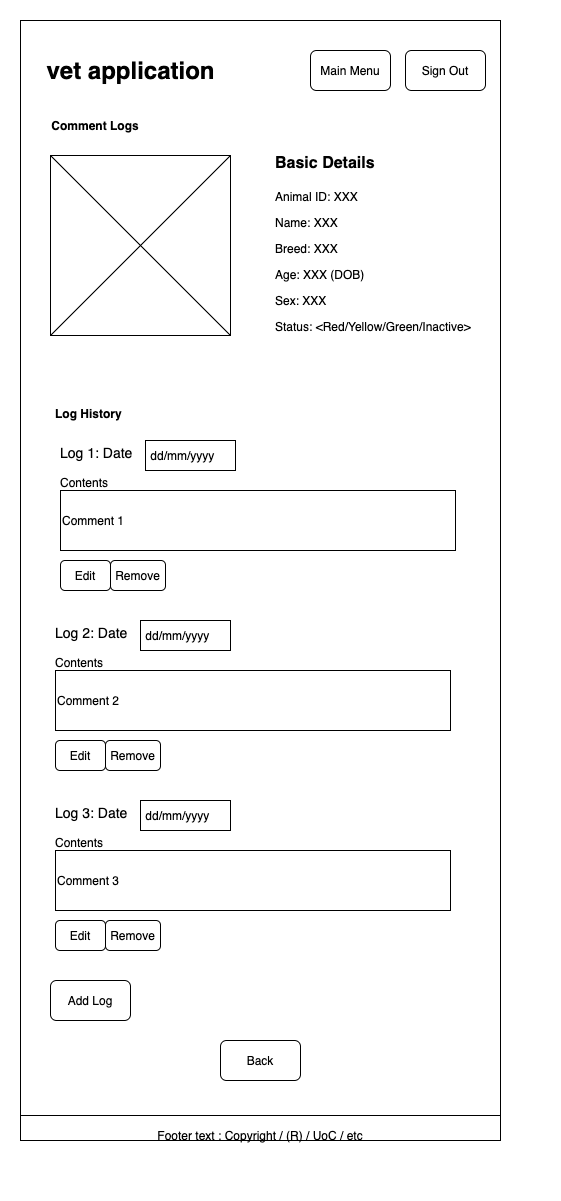
The draw.io diagram wireframing/17_CommentLogs.png in zbhavyai/veterinary-clinic, before a commit. Source tidied: cells renumbered, new cells last; positions are measured from the earlier drawing's top-left corner, leaving out a move shared by most shapes.
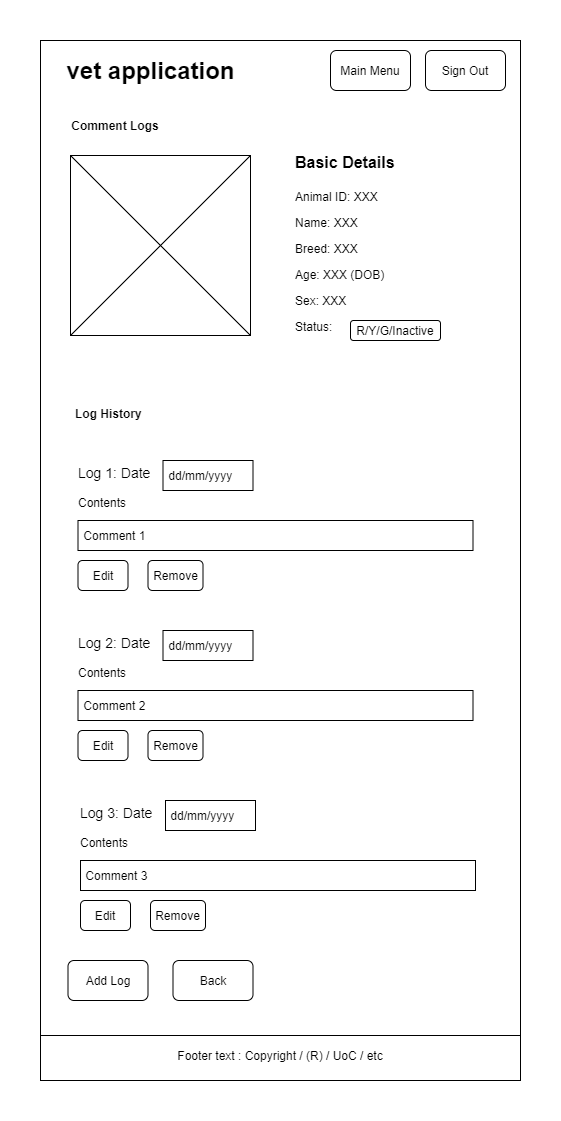
Later version of the same file.

Commit message:
docs: [U888-51, U888-52, U888-53, U888-54] adding status change button and fixing alignment

Diff of the diagram source:
```diff
@@ -3,10 +3,10 @@
     <mxCell id="0" />
     <mxCell id="1" parent="0" />
     <mxCell id="2" style="rounded=0;whiteSpace=wrap;html=1;strokeWidth=1;strokeColor=none;fillColor=none;" parent="1" vertex="1">
-      <mxGeometry width="560" height="1200" as="geometry" />
+      <mxGeometry x="-20" width="560" height="1120" as="geometry" />
     </mxCell>
     <mxCell id="3" style="rounded=0;whiteSpace=wrap;html=1;" parent="1" vertex="1">
-      <mxGeometry x="20" y="20" width="480" height="1120" as="geometry" />
+      <mxGeometry x="20" y="40" width="480" height="1040" as="geometry" />
     </mxCell>
     <mxCell id="4" value="vet application" style="text;strokeColor=none;fillColor=none;html=1;fontSize=24;fontStyle=1;verticalAlign=middle;align=center;" parent="1" vertex="1">
       <mxGeometry x="30" y="50" width="200" height="40" as="geometry" />
@@ -15,10 +15,10 @@
       <mxGeometry x="405" y="50" width="80" height="40" as="geometry" />
     </mxCell>
     <mxCell id="6" style="line;strokeWidth=1;html=1;perimeter=backbonePerimeter;" parent="1" vertex="1">
-      <mxGeometry x="20" y="1110" width="480" height="10" as="geometry" />
+      <mxGeometry x="20" y="1030" width="480" height="10" as="geometry" />
     </mxCell>
     <mxCell id="7" value="Footer text : Copyright / (R) / UoC / etc" style="text;html=1;strokeColor=none;fillColor=none;align=center;verticalAlign=middle;whiteSpace=wrap;rounded=0;" parent="1" vertex="1">
-      <mxGeometry x="30" y="1120" width="460" height="30" as="geometry" />
+      <mxGeometry x="30" y="1040" width="460" height="30" as="geometry" />
     </mxCell>
     <mxCell id="8" value="Main Menu" style="rounded=1;whiteSpace=wrap;html=1;" parent="1" vertex="1">
       <mxGeometry x="310" y="50" width="80" height="40" as="geometry" />
@@ -35,71 +35,74 @@
     <mxCell id="12" value="Comment Logs" style="text;html=1;strokeColor=none;fillColor=none;align=center;verticalAlign=middle;whiteSpace=wrap;rounded=0;fontStyle=1;" parent="1" vertex="1">
       <mxGeometry x="40" y="110" width="110" height="30" as="geometry" />
     </mxCell>
-    <mxCell id="13" value="&lt;h1&gt;&lt;font style=&quot;font-size: 16px&quot;&gt;Basic Details&lt;/font&gt;&lt;/h1&gt;&lt;p&gt;Animal ID: XXX&lt;/p&gt;&lt;p&gt;Name: XXX&lt;/p&gt;&lt;p&gt;Breed: XXX&lt;/p&gt;&lt;p&gt;Age: XXX (DOB)&lt;br&gt;&lt;/p&gt;&lt;p&gt;Sex: XXX&lt;/p&gt;&lt;p&gt;Status: &amp;lt;Red/Yellow/Green/Inactive&amp;gt;&lt;/p&gt;" style="text;html=1;strokeColor=none;fillColor=none;spacing=5;spacingTop=-20;whiteSpace=wrap;overflow=hidden;rounded=0;align=left;" parent="1" vertex="1">
+    <mxCell id="13" value="&lt;h1&gt;&lt;font style=&quot;font-size: 16px&quot;&gt;Basic Details&lt;/font&gt;&lt;/h1&gt;&lt;p&gt;Animal ID: XXX&lt;/p&gt;&lt;p&gt;Name: XXX&lt;/p&gt;&lt;p&gt;Breed: XXX&lt;/p&gt;&lt;p&gt;Age: XXX (DOB)&lt;br&gt;&lt;/p&gt;&lt;p&gt;Sex: XXX&lt;/p&gt;&lt;p&gt;Status:&amp;nbsp;&lt;/p&gt;" style="text;html=1;strokeColor=none;fillColor=none;spacing=5;spacingTop=-20;whiteSpace=wrap;overflow=hidden;rounded=0;align=left;" parent="1" vertex="1">
       <mxGeometry x="270" y="140" width="210" height="210" as="geometry" />
     </mxCell>
     <mxCell id="14" value="&lt;h1&gt;&lt;font style=&quot;font-size: 12px&quot;&gt;Log History&lt;/font&gt;&lt;/h1&gt;" style="text;html=1;strokeColor=none;fillColor=none;spacing=5;spacingTop=-20;whiteSpace=wrap;overflow=hidden;rounded=0;align=left;" parent="1" vertex="1">
       <mxGeometry x="50" y="390" width="200" height="40" as="geometry" />
     </mxCell>
+    <mxCell id="35" value="R/Y/G/Inactive" style="rounded=1;whiteSpace=wrap;html=1;" parent="1" vertex="1">
+      <mxGeometry x="330" y="320" width="90" height="20" as="geometry" />
+    </mxCell>
+    <mxCell id="16" value="&lt;h1&gt;&lt;span style=&quot;font-weight: 400&quot;&gt;&lt;font style=&quot;font-size: 14px&quot;&gt;Log 1: Date&lt;/font&gt;&lt;/span&gt;&lt;/h1&gt;" style="text;html=1;strokeColor=none;fillColor=none;spacing=5;spacingTop=-20;whiteSpace=wrap;overflow=hidden;rounded=0;align=left;" parent="1" vertex="1">
+      <mxGeometry x="52.5" y="450" width="90" height="40" as="geometry" />
+    </mxCell>
+    <mxCell id="36" value="&amp;nbsp;dd/mm/yyyy" style="rounded=0;whiteSpace=wrap;html=1;strokeWidth=1;fillColor=none;align=left;" parent="1" vertex="1">
+      <mxGeometry x="142.5" y="460" width="90" height="30" as="geometry" />
+    </mxCell>
+    <mxCell id="37" value="&lt;h1&gt;&lt;/h1&gt;Contents" style="text;html=1;strokeColor=none;fillColor=none;spacing=5;spacingTop=-20;whiteSpace=wrap;overflow=hidden;rounded=0;align=left;" parent="1" vertex="1">
+      <mxGeometry x="52.5" y="490" width="60" height="20" as="geometry" />
+    </mxCell>
+    <mxCell id="19" value="&amp;nbsp;Comment 1" style="rounded=0;whiteSpace=wrap;html=1;strokeWidth=1;fillColor=none;align=left;" parent="1" vertex="1">
+      <mxGeometry x="57.5" y="520" width="395" height="30" as="geometry" />
+    </mxCell>
+    <mxCell id="38" value="Edit" style="rounded=1;whiteSpace=wrap;html=1;" parent="1" vertex="1">
+      <mxGeometry x="57.5" y="560" width="50" height="30" as="geometry" />
+    </mxCell>
+    <mxCell id="39" value="Remove" style="rounded=1;whiteSpace=wrap;html=1;" parent="1" vertex="1">
+      <mxGeometry x="127.5" y="560" width="55" height="30" as="geometry" />
+    </mxCell>
+    <mxCell id="28" value="&lt;h1&gt;&lt;span style=&quot;font-weight: 400&quot;&gt;&lt;font style=&quot;font-size: 14px&quot;&gt;Log 3: Date&lt;/font&gt;&lt;/span&gt;&lt;/h1&gt;" style="text;html=1;strokeColor=none;fillColor=none;spacing=5;spacingTop=-20;whiteSpace=wrap;overflow=hidden;rounded=0;align=left;" parent="1" vertex="1">
+      <mxGeometry x="55" y="790" width="90" height="40" as="geometry" />
+    </mxCell>
+    <mxCell id="40" value="&amp;nbsp;dd/mm/yyyy" style="rounded=0;whiteSpace=wrap;html=1;strokeWidth=1;fillColor=none;align=left;" parent="1" vertex="1">
+      <mxGeometry x="145" y="800" width="90" height="30" as="geometry" />
+    </mxCell>
+    <mxCell id="41" value="&lt;h1&gt;&lt;/h1&gt;Contents" style="text;html=1;strokeColor=none;fillColor=none;spacing=5;spacingTop=-20;whiteSpace=wrap;overflow=hidden;rounded=0;align=left;" parent="1" vertex="1">
+      <mxGeometry x="55" y="830" width="60" height="20" as="geometry" />
+    </mxCell>
+    <mxCell id="31" value="&amp;nbsp;Comment 3" style="rounded=0;whiteSpace=wrap;html=1;strokeWidth=1;fillColor=none;align=left;" parent="1" vertex="1">
+      <mxGeometry x="60" y="860" width="395" height="30" as="geometry" />
+    </mxCell>
+    <mxCell id="42" value="Edit" style="rounded=1;whiteSpace=wrap;html=1;" parent="1" vertex="1">
+      <mxGeometry x="60" y="900" width="50" height="30" as="geometry" />
+    </mxCell>
+    <mxCell id="43" value="Remove" style="rounded=1;whiteSpace=wrap;html=1;" parent="1" vertex="1">
+      <mxGeometry x="130" y="900" width="55" height="30" as="geometry" />
+    </mxCell>
+    <mxCell id="22" value="&lt;h1&gt;&lt;span style=&quot;font-weight: 400&quot;&gt;&lt;font style=&quot;font-size: 14px&quot;&gt;Log 2: Date&lt;/font&gt;&lt;/span&gt;&lt;/h1&gt;" style="text;html=1;strokeColor=none;fillColor=none;spacing=5;spacingTop=-20;whiteSpace=wrap;overflow=hidden;rounded=0;align=left;" parent="1" vertex="1">
+      <mxGeometry x="52.5" y="620" width="90" height="40" as="geometry" />
+    </mxCell>
+    <mxCell id="44" value="&amp;nbsp;dd/mm/yyyy" style="rounded=0;whiteSpace=wrap;html=1;strokeWidth=1;fillColor=none;align=left;" parent="1" vertex="1">
+      <mxGeometry x="142.5" y="630" width="90" height="30" as="geometry" />
+    </mxCell>
+    <mxCell id="45" value="&lt;h1&gt;&lt;/h1&gt;Contents" style="text;html=1;strokeColor=none;fillColor=none;spacing=5;spacingTop=-20;whiteSpace=wrap;overflow=hidden;rounded=0;align=left;" parent="1" vertex="1">
+      <mxGeometry x="52.5" y="660" width="60" height="20" as="geometry" />
+    </mxCell>
+    <mxCell id="25" value="&amp;nbsp;Comment 2" style="rounded=0;whiteSpace=wrap;html=1;strokeWidth=1;fillColor=none;align=left;" parent="1" vertex="1">
+      <mxGeometry x="57.5" y="690" width="395" height="30" as="geometry" />
+    </mxCell>
+    <mxCell id="46" value="Edit" style="rounded=1;whiteSpace=wrap;html=1;" parent="1" vertex="1">
+      <mxGeometry x="57.5" y="730" width="50" height="30" as="geometry" />
+    </mxCell>
+    <mxCell id="47" value="Remove" style="rounded=1;whiteSpace=wrap;html=1;" parent="1" vertex="1">
+      <mxGeometry x="127.5" y="730" width="55" height="30" as="geometry" />
+    </mxCell>
     <mxCell id="15" value="Back" style="rounded=1;whiteSpace=wrap;html=1;" parent="1" vertex="1">
-      <mxGeometry x="220" y="1040" width="80" height="40" as="geometry" />
+      <mxGeometry x="152.5" y="960" width="80" height="40" as="geometry" />
     </mxCell>
-    <mxCell id="16" value="&lt;h1&gt;&lt;span style=&quot;font-weight: 400&quot;&gt;&lt;font style=&quot;font-size: 14px&quot;&gt;Log 1: Date&lt;/font&gt;&lt;/span&gt;&lt;/h1&gt;" style="text;html=1;strokeColor=none;fillColor=none;spacing=5;spacingTop=-20;whiteSpace=wrap;overflow=hidden;rounded=0;align=left;" parent="1" vertex="1">
-      <mxGeometry x="55" y="430" width="90" height="40" as="geometry" />
-    </mxCell>
-    <mxCell id="17" value="&amp;nbsp;dd/mm/yyyy" style="rounded=0;whiteSpace=wrap;html=1;strokeWidth=1;fillColor=none;align=left;" parent="1" vertex="1">
-      <mxGeometry x="145" y="440" width="90" height="30" as="geometry" />
-    </mxCell>
-    <mxCell id="18" value="&lt;h1&gt;&lt;/h1&gt;Contents" style="text;html=1;strokeColor=none;fillColor=none;spacing=5;spacingTop=-20;whiteSpace=wrap;overflow=hidden;rounded=0;align=left;" parent="1" vertex="1">
-      <mxGeometry x="55" y="470" width="60" height="20" as="geometry" />
-    </mxCell>
-    <mxCell id="19" value="Comment 1" style="rounded=0;whiteSpace=wrap;html=1;strokeWidth=1;fillColor=none;align=left;" parent="1" vertex="1">
-      <mxGeometry x="60" y="490" width="395" height="60" as="geometry" />
-    </mxCell>
-    <mxCell id="20" value="Edit" style="rounded=1;whiteSpace=wrap;html=1;" parent="1" vertex="1">
-      <mxGeometry x="60" y="560" width="50" height="30" as="geometry" />
-    </mxCell>
-    <mxCell id="21" value="Remove" style="rounded=1;whiteSpace=wrap;html=1;" parent="1" vertex="1">
-      <mxGeometry x="110" y="560" width="55" height="30" as="geometry" />
-    </mxCell>
-    <mxCell id="22" value="&lt;h1&gt;&lt;span style=&quot;font-weight: 400&quot;&gt;&lt;font style=&quot;font-size: 14px&quot;&gt;Log 2: Date&lt;/font&gt;&lt;/span&gt;&lt;/h1&gt;" style="text;html=1;strokeColor=none;fillColor=none;spacing=5;spacingTop=-20;whiteSpace=wrap;overflow=hidden;rounded=0;align=left;" parent="1" vertex="1">
-      <mxGeometry x="50" y="610" width="90" height="40" as="geometry" />
-    </mxCell>
-    <mxCell id="23" value="&amp;nbsp;dd/mm/yyyy" style="rounded=0;whiteSpace=wrap;html=1;strokeWidth=1;fillColor=none;align=left;" parent="1" vertex="1">
-      <mxGeometry x="140" y="620" width="90" height="30" as="geometry" />
-    </mxCell>
-    <mxCell id="24" value="&lt;h1&gt;&lt;/h1&gt;Contents" style="text;html=1;strokeColor=none;fillColor=none;spacing=5;spacingTop=-20;whiteSpace=wrap;overflow=hidden;rounded=0;align=left;" parent="1" vertex="1">
-      <mxGeometry x="50" y="650" width="60" height="20" as="geometry" />
-    </mxCell>
-    <mxCell id="25" value="Comment 2" style="rounded=0;whiteSpace=wrap;html=1;strokeWidth=1;fillColor=none;align=left;" parent="1" vertex="1">
-      <mxGeometry x="55" y="670" width="395" height="60" as="geometry" />
-    </mxCell>
-    <mxCell id="26" value="Edit" style="rounded=1;whiteSpace=wrap;html=1;" parent="1" vertex="1">
-      <mxGeometry x="55" y="740" width="50" height="30" as="geometry" />
-    </mxCell>
-    <mxCell id="27" value="Remove" style="rounded=1;whiteSpace=wrap;html=1;" parent="1" vertex="1">
-      <mxGeometry x="105" y="740" width="55" height="30" as="geometry" />
-    </mxCell>
-    <mxCell id="28" value="&lt;h1&gt;&lt;span style=&quot;font-weight: 400&quot;&gt;&lt;font style=&quot;font-size: 14px&quot;&gt;Log 3: Date&lt;/font&gt;&lt;/span&gt;&lt;/h1&gt;" style="text;html=1;strokeColor=none;fillColor=none;spacing=5;spacingTop=-20;whiteSpace=wrap;overflow=hidden;rounded=0;align=left;" parent="1" vertex="1">
-      <mxGeometry x="50" y="790" width="90" height="40" as="geometry" />
-    </mxCell>
-    <mxCell id="29" value="&amp;nbsp;dd/mm/yyyy" style="rounded=0;whiteSpace=wrap;html=1;strokeWidth=1;fillColor=none;align=left;" parent="1" vertex="1">
-      <mxGeometry x="140" y="800" width="90" height="30" as="geometry" />
-    </mxCell>
-    <mxCell id="30" value="&lt;h1&gt;&lt;/h1&gt;Contents" style="text;html=1;strokeColor=none;fillColor=none;spacing=5;spacingTop=-20;whiteSpace=wrap;overflow=hidden;rounded=0;align=left;" parent="1" vertex="1">
-      <mxGeometry x="50" y="830" width="60" height="20" as="geometry" />
-    </mxCell>
-    <mxCell id="31" value="Comment 3" style="rounded=0;whiteSpace=wrap;html=1;strokeWidth=1;fillColor=none;align=left;" parent="1" vertex="1">
-      <mxGeometry x="55" y="850" width="395" height="60" as="geometry" />
-    </mxCell>
-    <mxCell id="32" value="Edit" style="rounded=1;whiteSpace=wrap;html=1;" parent="1" vertex="1">
-      <mxGeometry x="55" y="920" width="50" height="30" as="geometry" />
-    </mxCell>
-    <mxCell id="33" value="Remove" style="rounded=1;whiteSpace=wrap;html=1;" parent="1" vertex="1">
-      <mxGeometry x="105" y="920" width="55" height="30" as="geometry" />
-    </mxCell>
     <mxCell id="34" value="Add Log" style="rounded=1;whiteSpace=wrap;html=1;" parent="1" vertex="1">
-      <mxGeometry x="50" y="980" width="80" height="40" as="geometry" />
+      <mxGeometry x="47.5" y="960" width="80" height="40" as="geometry" />
     </mxCell>
   </root>
 </mxGraphModel>
```
